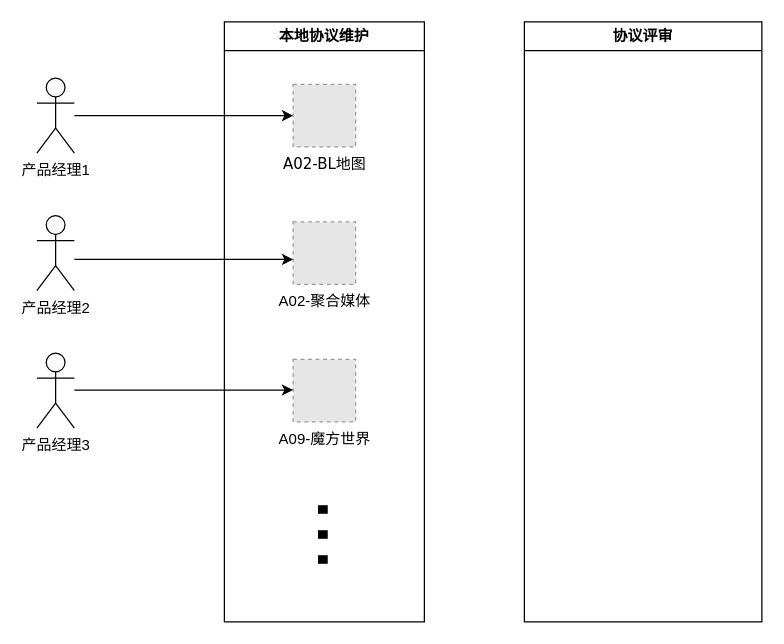
Earlier version of the draw.io diagram 采集中心V3.0-旧工作流.drawio (shaozc3g/draw_io). Source tidied: cells renumbered, new cells numbered last; positions are measured from the earlier drawing's top-left corner, leaving out a move shared by most shapes. Both pictures are drawn from the tidied source at 125%, with x=0, y=0 at pixel (36, 21). Pictures stored in the file or linked from it are replaced by grey dashed boxes.
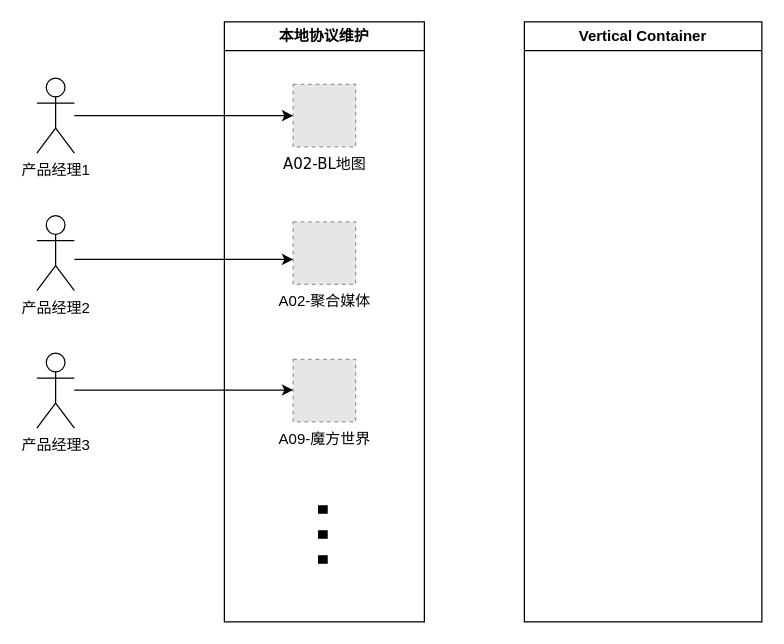
The same page after the edit.

Commit message (it also covers changes not shown here):
更新采集中心V3.0-旧工作流.drawio

Diff of the diagram source:
```diff
@@
 <mxGraphModel>
   <root>
     <mxCell id="0" />
     <mxCell id="1" parent="0" />
     <mxCell id="2" value="&lt;font face=&quot;Verdana&quot;&gt;A02-BL地图&lt;/font&gt;" style="fillColor=#E6E6E6;strokeColor=#999999;dashed=1;html=1;verticalAlign=top;verticalLabelPosition=bottom;labelBackgroundColor=#ffffff;" parent="1" vertex="1">
       <mxGeometry x="205" y="50" width="50" height="50" as="geometry" />
     </mxCell>
     <mxCell id="3" value="A02-聚合媒体" style="fillColor=#E6E6E6;strokeColor=#999999;dashed=1;html=1;verticalAlign=top;verticalLabelPosition=bottom;labelBackgroundColor=#ffffff;" parent="1" vertex="1">
       <mxGeometry x="205" y="160" width="50" height="50" as="geometry" />
     </mxCell>
     <mxCell id="4" value="A09-魔方世界" style="fillColor=#E6E6E6;strokeColor=#999999;dashed=1;html=1;verticalAlign=top;verticalLabelPosition=bottom;labelBackgroundColor=#ffffff;" parent="1" vertex="1">
       <mxGeometry x="205" y="270" width="50" height="50" as="geometry" />
     </mxCell>
     <mxCell id="5" value="本地协议维护" style="swimlane;whiteSpace=wrap;html=1;" parent="1" vertex="1">
       <mxGeometry x="150" width="160" height="480" as="geometry" />
     </mxCell>
     <mxCell id="6" value="&lt;font style=&quot;font-size: 72px;&quot;&gt;...&lt;/font&gt;" style="text;html=1;align=center;verticalAlign=middle;strokeColor=none;fillColor=none;rotation=90;" parent="5" vertex="1">
       <mxGeometry x="60" y="360" width="80" height="100" as="geometry" />
     </mxCell>
     <mxCell id="7" style="edgeStyle=orthogonalEdgeStyle;rounded=0;jettySize=auto;html=1;entryX=0;entryY=0.5;entryDx=0;entryDy=0;" parent="1" edge="1" source="8" target="2">
       <mxGeometry relative="1" as="geometry" />
     </mxCell>
     <mxCell id="8" value="产品经理1" style="shape=umlActor;verticalLabelPosition=bottom;verticalAlign=top;html=1;outlineConnect=0;" parent="1" vertex="1">
       <mxGeometry y="45" width="30" height="60" as="geometry" />
     </mxCell>
     <mxCell id="9" value="产品经理2" style="shape=umlActor;verticalLabelPosition=bottom;verticalAlign=top;html=1;" parent="1" vertex="1">
       <mxGeometry y="155" width="30" height="60" as="geometry" />
     </mxCell>
     <mxCell id="10" value="产品经理3" style="shape=umlActor;verticalLabelPosition=bottom;verticalAlign=top;html=1;" parent="1" vertex="1">
       <mxGeometry y="265" width="30" height="60" as="geometry" />
     </mxCell>
     <mxCell id="11" style="edgeStyle=orthogonalEdgeStyle;rounded=0;orthogonalLoop=1;jettySize=auto;html=1;entryX=0;entryY=0.5;entryDx=0;entryDy=0;" parent="1" edge="1">
       <mxGeometry relative="1" as="geometry">
         <mxPoint x="30" y="190" as="sourcePoint" />
         <mxPoint x="205" y="190" as="targetPoint" />
       </mxGeometry>
     </mxCell>
     <mxCell id="12" style="edgeStyle=orthogonalEdgeStyle;rounded=0;orthogonalLoop=1;jettySize=auto;html=1;entryX=0;entryY=0.5;entryDx=0;entryDy=0;" parent="1" edge="1">
       <mxGeometry relative="1" as="geometry">
         <mxPoint x="30" y="294.5" as="sourcePoint" />
         <mxPoint x="205" y="294.5" as="targetPoint" />
       </mxGeometry>
     </mxCell>
-    <mxCell id="13" value="协议评审" style="swimlane;whiteSpace=wrap;html=1;" parent="1" vertex="1">
+    <mxCell id="13" value="Vertical Container" style="swimlane;whiteSpace=wrap;html=1;" parent="1" vertex="1">
       <mxGeometry x="390" width="190" height="480" as="geometry" />
     </mxCell>
   </root>
 </mxGraphModel>
```
